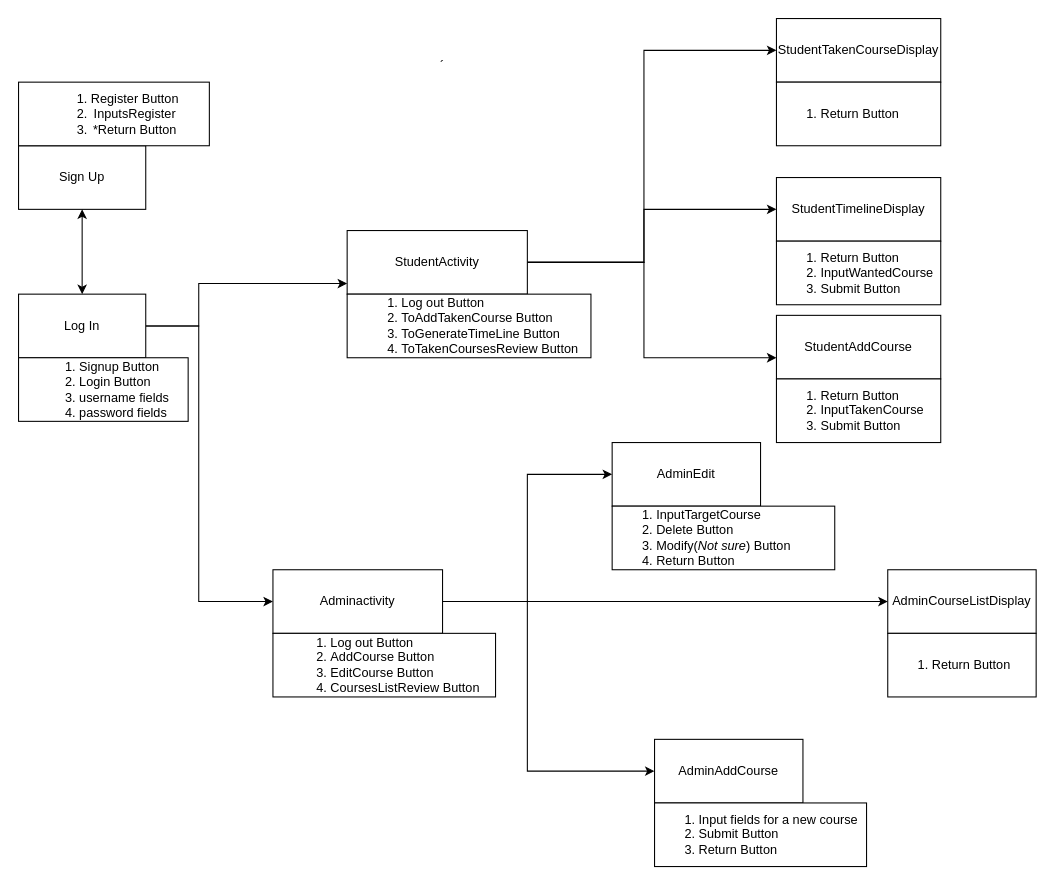
The draw.io diagram UIPages.drawio in chenyo34/B07_TUT08_GP, before the edit. Source tidied: cells renumbered, new cells numbered last; positions are measured from the earlier drawing's top-left corner, leaving out a move shared by most shapes. Both pictures are drawn from the tidied source at 106%, with x=0, y=0 at pixel (18, 18).
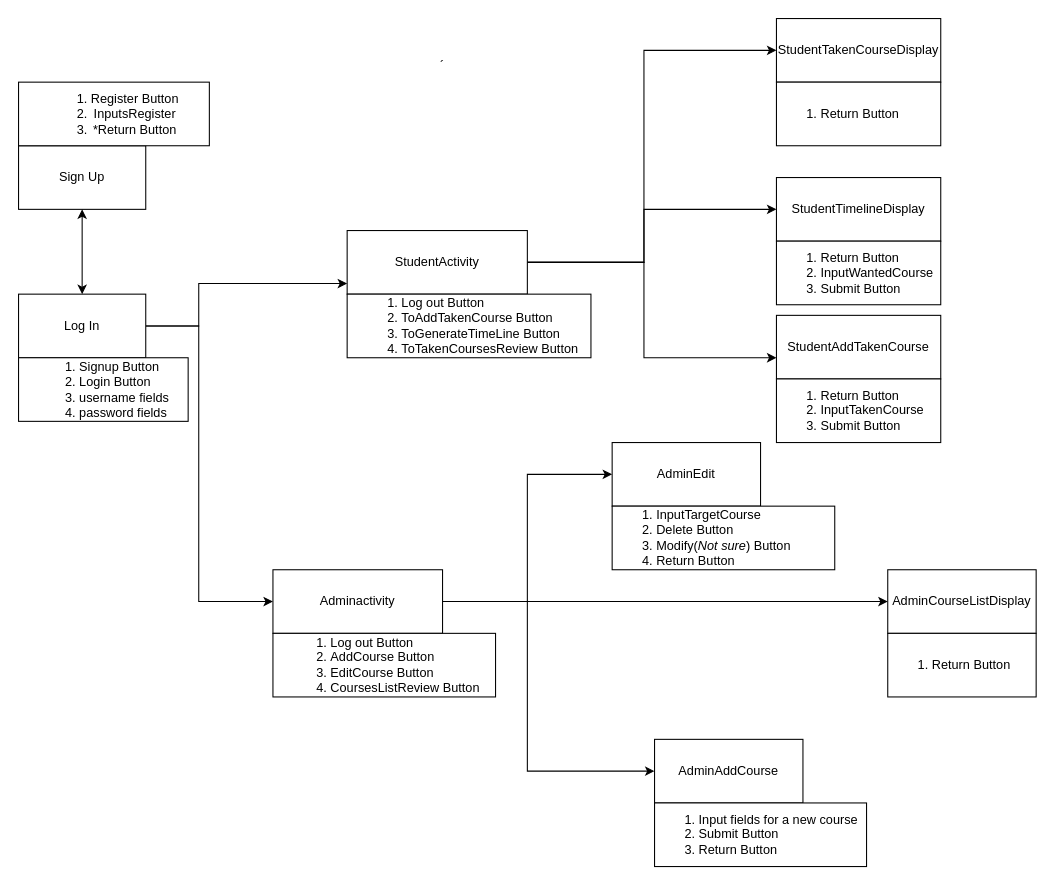
The same diagram, later.

What changed in the source:
```diff
@@
-    <mxCell id="4" value="StudentAddCourse" style="rounded=0;whiteSpace=wrap;html=1;" parent="1" vertex="1">
+    <mxCell id="4" value="StudentAddTakenCourse" style="rounded=0;whiteSpace=wrap;html=1;" parent="1" vertex="1">
       <mxGeometry x="715" y="280" width="155" height="60" as="geometry" />
     </mxCell>
```
